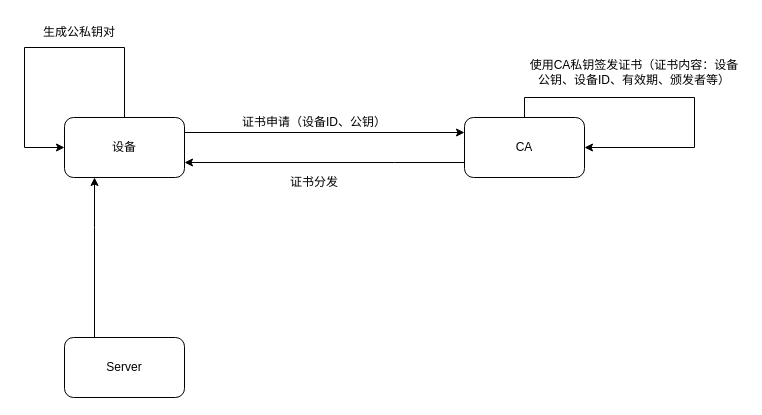
Above: 认证.drawio in yamilinqh/spicedb (draw.io), before the change. Source tidied: cells renumbered, new cells numbered last; positions are measured from the earlier drawing's top-left corner, leaving out a move shared by most shapes. Both pictures are drawn from the tidied source at 100%, with x=0, y=0 at pixel (24, 17).
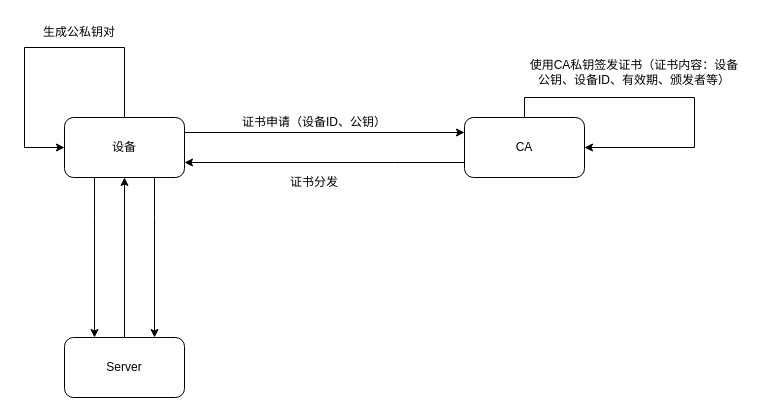
Above is the later version.

Unchanged cells that the change refers to:
```xml
<mxCell id="3" value="设备" style="rounded=1;whiteSpace=wrap;html=1;" parent="1" vertex="1">
  <mxGeometry x="40" y="100" width="120" height="60" as="geometry" />
</mxCell>
<mxCell id="13" value="Server" style="rounded=1;whiteSpace=wrap;html=1;" parent="1" vertex="1">
  <mxGeometry x="40" y="320" width="120" height="60" as="geometry" />
</mxCell>
```

What changed in the source:
```diff
@@
+    <mxCell id="14" style="edgeStyle=orthogonalEdgeStyle;rounded=0;jettySize=auto;html=1;entryX=0.25;entryY=0;entryDx=0;entryDy=0;" parent="1" edge="1" source="3" target="13">
+      <mxGeometry relative="1" as="geometry">
+        <Array as="points">
+          <mxPoint x="70" y="200" />
+          <mxPoint x="70" y="200" />
+        </Array>
+      </mxGeometry>
+    </mxCell>
+    <mxCell id="15" style="edgeStyle=orthogonalEdgeStyle;rounded=0;jettySize=auto;html=1;entryX=0.75;entryY=0;entryDx=0;entryDy=0;" parent="1" edge="1" source="3" target="13">
+      <mxGeometry relative="1" as="geometry">
+        <Array as="points">
+          <mxPoint x="130" y="200" />
+          <mxPoint x="130" y="200" />
+        </Array>
+      </mxGeometry>
+    </mxCell>
@@
-    <mxCell id="12" style="edgeStyle=orthogonalEdgeStyle;rounded=0;jettySize=auto;html=1;exitX=0.25;exitY=0;exitDx=0;exitDy=0;" parent="1" edge="1" source="13" target="3">
-      <mxGeometry relative="1" as="geometry">
-        <Array as="points">
-          <mxPoint x="70" y="210" />
-          <mxPoint x="70" y="210" />
-        </Array>
-      </mxGeometry>
+    <mxCell id="12" style="edgeStyle=orthogonalEdgeStyle;rounded=0;jettySize=auto;html=1;" parent="1" edge="1" source="13" target="3">
+      <mxGeometry relative="1" as="geometry" />
     </mxCell>
```
